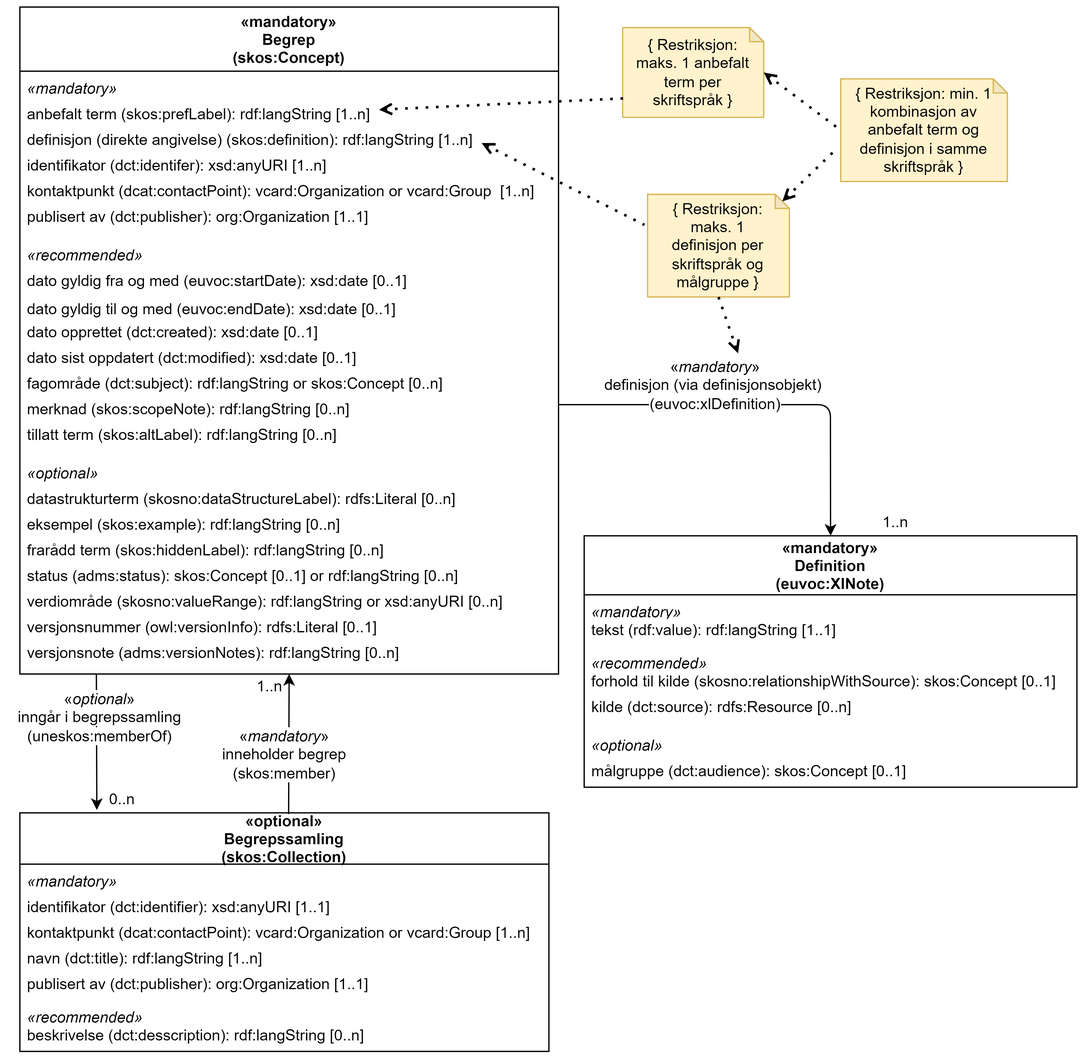
Before: docs/images/SKOS-AP-NO-Begrep-uten-relasjoner.png, a diagram exported from draw.io (Informasjonsforvaltning/skos-ap-no-begrep). Source tidied: cells renumbered, new cells last; positions are measured from the earlier drawing's top-left corner, leaving out a move shared by most shapes.
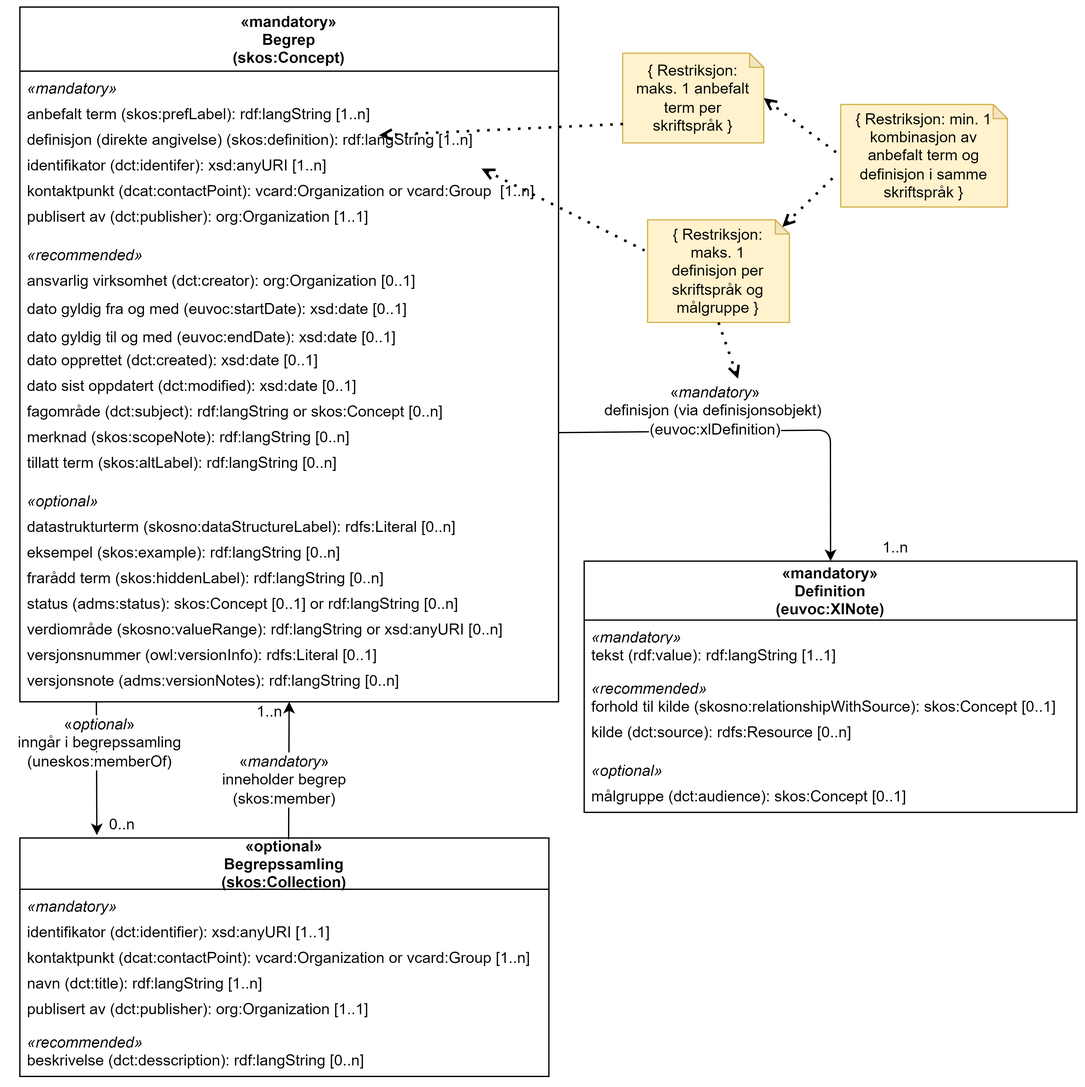
The same file after the commit.

Commit message:
Legge til "ansvarlig virksomhet" (høringsinnspill e-Helse-05)

The edit, as a diff of the source:
```diff
@@ -3,7 +3,7 @@
     <mxCell id="0" />
     <mxCell id="1" parent="0" />
     <mxCell id="2" value="«mandatory»&#10;Begrep&#10;(skos:Concept)" style="swimlane;fontStyle=1;horizontal=1;startSize=50;fillColor=none;" parent="1" vertex="1">
-      <mxGeometry x="10" width="420" height="520" as="geometry" />
+      <mxGeometry x="10" y="-20" width="420" height="542" as="geometry" />
     </mxCell>
     <mxCell id="3" value="«mandatory»" style="text;strokeColor=none;fillColor=none;align=left;verticalAlign=top;spacingLeft=4;spacingRight=4;overflow=hidden;fontStyle=2;" parent="2" vertex="1">
       <mxGeometry y="50" width="420" height="20" as="geometry" />
@@ -26,50 +26,53 @@
     <mxCell id="9" value="«recommended»" style="text;strokeColor=none;fillColor=none;align=left;verticalAlign=top;spacingLeft=4;spacingRight=4;overflow=hidden;fontStyle=2;" parent="2" vertex="1">
       <mxGeometry y="180" width="420" height="20" as="geometry" />
     </mxCell>
+    <mxCell id="59" value="ansvarlig virksomhet (dct:creator): org:Organization [0..1]" style="text;strokeColor=none;fillColor=none;align=left;verticalAlign=top;spacingLeft=4;spacingRight=4;overflow=hidden;labelBackgroundColor=none;" parent="2" vertex="1">
+      <mxGeometry y="200" width="420" height="22" as="geometry" />
+    </mxCell>
     <mxCell id="10" value="dato gyldig fra og med (euvoc:startDate): xsd:date [0..1]" style="text;strokeColor=none;fillColor=none;align=left;verticalAlign=top;spacingLeft=4;spacingRight=4;overflow=hidden;labelBackgroundColor=none;" parent="2" vertex="1">
-      <mxGeometry y="200" width="420" height="22" as="geometry" />
+      <mxGeometry y="222" width="420" height="22" as="geometry" />
     </mxCell>
     <mxCell id="11" value="dato gyldig til og med (euvoc:endDate): xsd:date [0..1]" style="text;strokeColor=none;fillColor=none;align=left;verticalAlign=top;spacingLeft=4;spacingRight=4;overflow=hidden;labelBackgroundColor=none;" parent="2" vertex="1">
-      <mxGeometry y="222" width="420" height="18" as="geometry" />
+      <mxGeometry y="244" width="420" height="18" as="geometry" />
     </mxCell>
     <mxCell id="12" value="dato opprettet (dct:created): xsd:date [0..1]" style="text;strokeColor=none;fillColor=none;align=left;verticalAlign=top;spacingLeft=4;spacingRight=4;overflow=hidden;labelBackgroundColor=none;" parent="2" vertex="1">
-      <mxGeometry y="240" width="420" height="20" as="geometry" />
+      <mxGeometry y="262" width="420" height="20" as="geometry" />
     </mxCell>
     <mxCell id="13" value="dato sist oppdatert (dct:modified): xsd:date [0..1]" style="text;strokeColor=none;fillColor=none;align=left;verticalAlign=top;spacingLeft=4;spacingRight=4;overflow=hidden;labelBackgroundColor=none;" parent="2" vertex="1">
-      <mxGeometry y="260" width="420" height="20" as="geometry" />
+      <mxGeometry y="282" width="420" height="20" as="geometry" />
     </mxCell>
     <mxCell id="14" value="fagområde (dct:subject): rdf:langString or skos:Concept [0..n]" style="text;strokeColor=none;align=left;verticalAlign=top;spacingLeft=4;spacingRight=4;overflow=hidden;fillColor=none;labelBackgroundColor=none;" parent="2" vertex="1">
-      <mxGeometry y="280" width="420" height="20" as="geometry" />
+      <mxGeometry y="302" width="420" height="20" as="geometry" />
     </mxCell>
     <mxCell id="15" value="merknad (skos:scopeNote): rdf:langString [0..n]" style="text;strokeColor=none;fillColor=none;align=left;verticalAlign=top;spacingLeft=4;spacingRight=4;overflow=hidden;points=[[0,0.5],[1,0.5]];portConstraint=eastwest;labelBackgroundColor=none;" parent="2" vertex="1">
-      <mxGeometry y="300" width="420" height="20" as="geometry" />
+      <mxGeometry y="322" width="420" height="20" as="geometry" />
     </mxCell>
     <mxCell id="16" value="tillatt term (skos:altLabel): rdf:langString [0..n]" style="text;strokeColor=none;fillColor=none;align=left;verticalAlign=top;spacingLeft=4;spacingRight=4;overflow=hidden;labelBackgroundColor=none;" parent="2" vertex="1">
-      <mxGeometry y="320" width="420" height="30" as="geometry" />
+      <mxGeometry y="342" width="420" height="30" as="geometry" />
     </mxCell>
     <mxCell id="17" value="«optional»" style="text;strokeColor=none;fillColor=none;align=left;verticalAlign=top;spacingLeft=4;spacingRight=4;overflow=hidden;fontStyle=2;" parent="2" vertex="1">
-      <mxGeometry y="350" width="420" height="20" as="geometry" />
+      <mxGeometry y="372" width="420" height="20" as="geometry" />
     </mxCell>
     <mxCell id="18" value="datastrukturterm (skosno:dataStructureLabel): rdfs:Literal [0..n]" style="text;strokeColor=none;fillColor=none;align=left;verticalAlign=top;spacingLeft=4;spacingRight=4;overflow=hidden;labelBackgroundColor=none;" parent="2" vertex="1">
-      <mxGeometry y="370" width="420" height="20" as="geometry" />
+      <mxGeometry y="392" width="420" height="20" as="geometry" />
     </mxCell>
     <mxCell id="19" value="eksempel (skos:example): rdf:langString [0..n]" style="text;align=left;verticalAlign=top;spacingLeft=4;spacingRight=4;overflow=hidden;" parent="2" vertex="1">
-      <mxGeometry y="390" width="420" height="20" as="geometry" />
+      <mxGeometry y="412" width="420" height="20" as="geometry" />
     </mxCell>
     <mxCell id="20" value="frarådd term (skos:hiddenLabel): rdf:langString [0..n]" style="text;strokeColor=none;fillColor=none;align=left;verticalAlign=top;spacingLeft=4;spacingRight=4;overflow=hidden;labelBackgroundColor=none;" parent="2" vertex="1">
-      <mxGeometry y="410" width="420" height="20" as="geometry" />
+      <mxGeometry y="432" width="420" height="20" as="geometry" />
     </mxCell>
     <mxCell id="21" value="status (adms:status): skos:Concept [0..1] or rdf:langString [0..n]" style="text;align=left;verticalAlign=top;spacingLeft=4;spacingRight=4;overflow=hidden;" parent="2" vertex="1">
-      <mxGeometry y="430" width="420" height="20" as="geometry" />
+      <mxGeometry y="452" width="420" height="20" as="geometry" />
     </mxCell>
     <mxCell id="22" value="verdiområde (skosno:valueRange): rdf:langString or xsd:anyURI [0..n]" style="text;strokeColor=none;align=left;verticalAlign=top;spacingLeft=4;spacingRight=4;overflow=hidden;labelBackgroundColor=none;fillColor=none;" parent="2" vertex="1">
-      <mxGeometry y="450" width="420" height="20" as="geometry" />
+      <mxGeometry y="472" width="420" height="20" as="geometry" />
     </mxCell>
     <mxCell id="23" value="versjonsnummer (owl:versionInfo): rdfs:Literal [0..1]" style="text;align=left;verticalAlign=top;spacingLeft=4;spacingRight=4;overflow=hidden;" parent="2" vertex="1">
-      <mxGeometry y="470" width="420" height="20" as="geometry" />
+      <mxGeometry y="492" width="420" height="20" as="geometry" />
     </mxCell>
     <mxCell id="24" value="versjonsnote (adms:versionNotes): rdf:langString [0..n]" style="text;align=left;verticalAlign=top;spacingLeft=4;spacingRight=4;overflow=hidden;points=[[0,0.5],[1,0.5]];portConstraint=eastwest;" parent="2" vertex="1">
-      <mxGeometry y="490" width="420" height="30" as="geometry" />
+      <mxGeometry y="512" width="420" height="30" as="geometry" />
     </mxCell>
     <mxCell id="25" value="«mandatory»&#10;Definition&#10;(euvoc:XINote)" style="swimlane;fontStyle=1;horizontal=1;startSize=46;fillColor=none;labelBackgroundColor=none;" parent="1" vertex="1">
       <mxGeometry x="450" y="412.2" width="384.2" height="196" as="geometry" />
```
